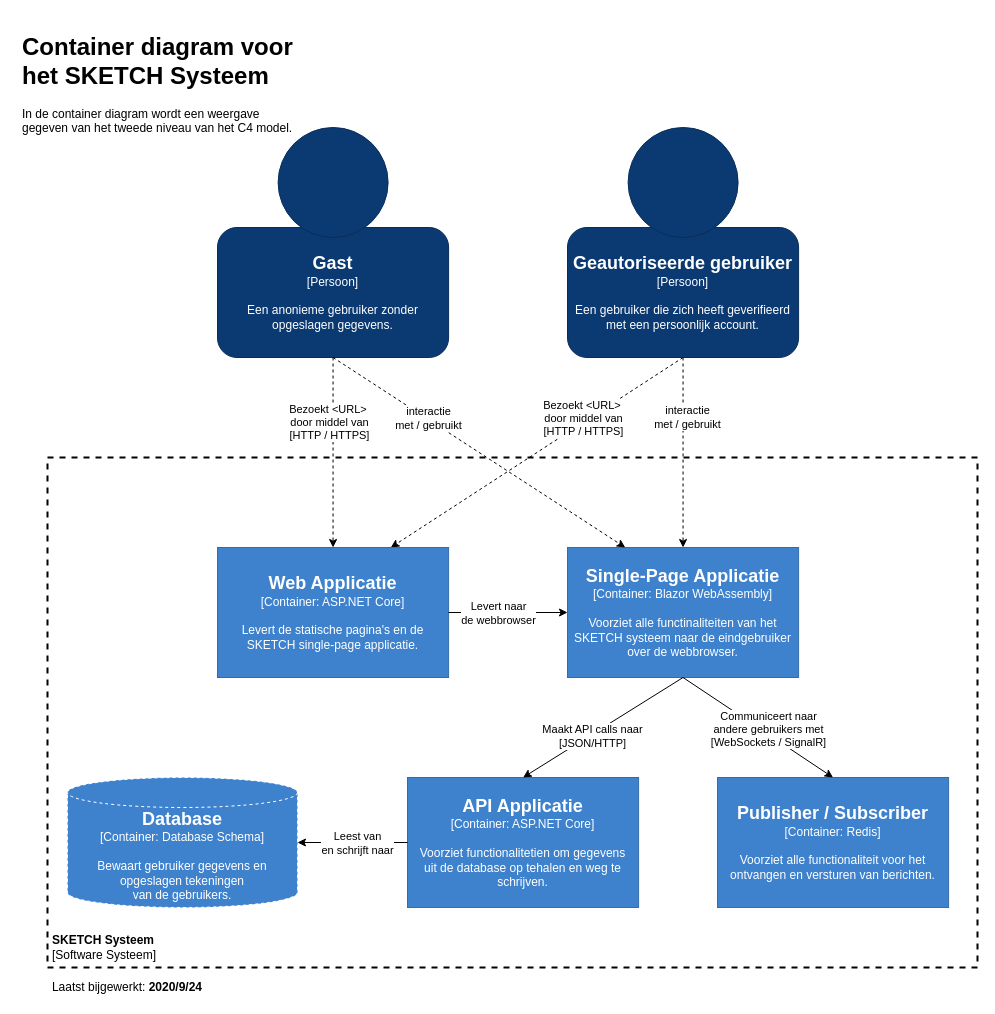
The draw.io diagram docs/01. Diagrams/C4 Models/2. Containers/Container Diagram - SKETCH System.drawio in i442124/Sketch, before the edit. Source tidied: cells renumbered, new cells numbered last; positions are measured from the earlier drawing's top-left corner, leaving out a move shared by most shapes. Both pictures are drawn from the tidied source at 100%, with x=0, y=0 at pixel (17, 27).
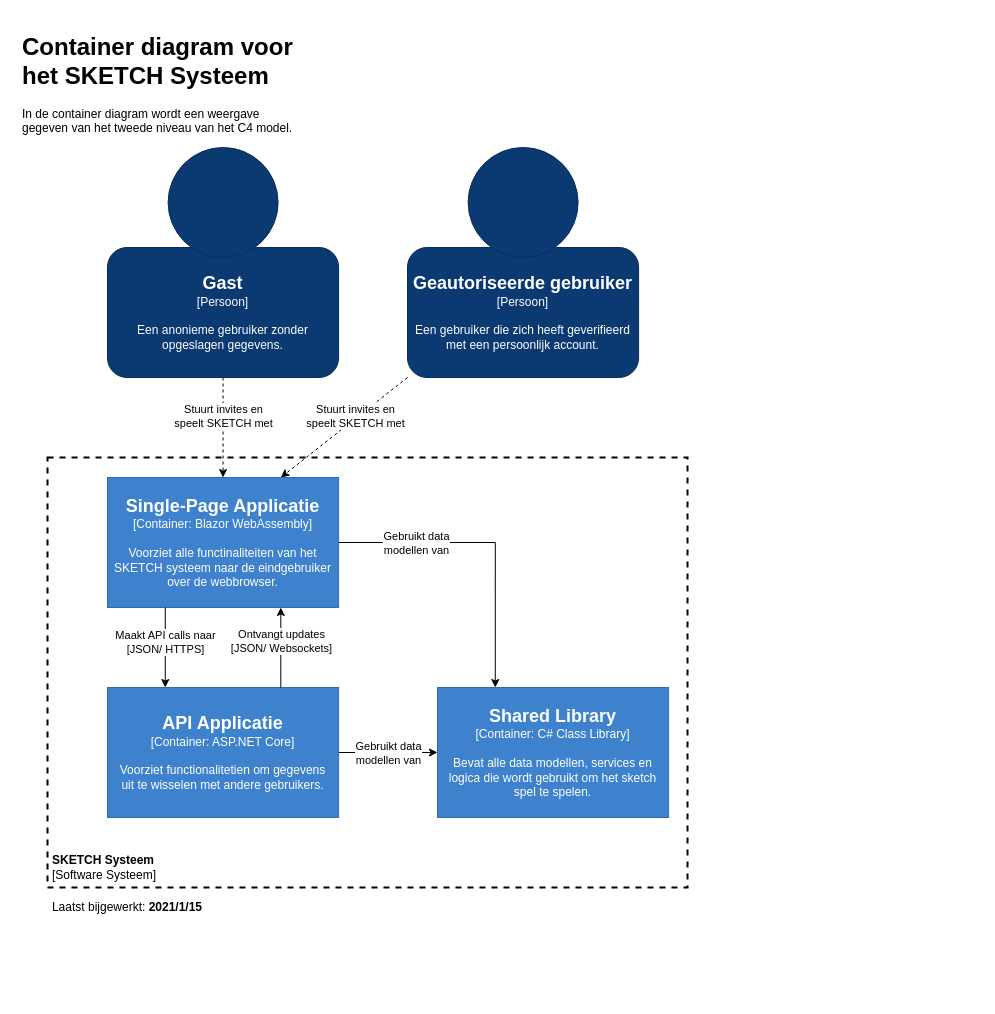
Above is the later version.

Change to the diagram source:
```diff
@@
     <mxCell id="2" value="&lt;div&gt;&lt;font style=&quot;font-size: 12px&quot;&gt;&lt;b&gt;SKETCH Systeem&lt;/b&gt;&lt;/font&gt;&lt;/div&gt;&lt;font style=&quot;font-size: 12px&quot;&gt;[Software Systeem]&lt;/font&gt;" style="text;html=1;fillColor=none;spacing=5;spacingTop=-20;whiteSpace=wrap;overflow=hidden;rounded=0;dashed=1;verticalAlign=bottom;strokeColor=#000000;strokeWidth=2;" parent="1" vertex="1">
-      <mxGeometry x="30" y="430" width="930" height="510" as="geometry" />
+      <mxGeometry x="30" y="430" width="640" height="430" as="geometry" />
     </mxCell>
-    <mxCell id="3" style="endArrow=classic;html=1;entryX=0.75;entryY=0;entryDx=0;entryDy=0;exitX=0.5;exitY=1;exitDx=0;exitDy=0;dashed=1;fontStyle=1;" parent="1" edge="1" source="7" target="11">
-      <mxGeometry relative="1" as="geometry" />
-    </mxCell>
-    <mxCell id="4" value="&lt;div&gt;Bezoekt &amp;lt;URL&amp;gt;&amp;nbsp; &lt;br&gt;&lt;/div&gt;&lt;div&gt;door middel van&lt;br&gt;&lt;/div&gt;&lt;div&gt;[HTTP / HTTPS]&lt;br&gt;&lt;/div&gt;" style="edgeLabel;html=1;align=center;verticalAlign=middle;" parent="3" vertex="1">
-      <mxGeometry x="-0.33" y="-4" relative="1" as="geometry" />
-    </mxCell>
+    <mxCell id="28" style="edgeStyle=orthogonalEdgeStyle;rounded=0;jettySize=auto;html=1;exitX=0.5;exitY=1;exitDx=0;exitDy=0;entryX=0.5;entryY=0;entryDx=0;entryDy=0;dashed=1;" parent="1" edge="1" source="5" target="12">
+      <mxGeometry relative="1" as="geometry" />
+    </mxCell>
+    <mxCell id="30" value="&lt;div&gt;Stuurt invites en &lt;br&gt;&lt;/div&gt;&lt;div&gt;speelt SKETCH met&lt;/div&gt;" style="edgeLabel;html=1;align=center;verticalAlign=middle;" parent="28" vertex="1">
+      <mxGeometry x="-0.24" relative="1" as="geometry" />
+    </mxCell>
     <mxCell id="5" value="&lt;div&gt;&lt;font size=&quot;1&quot;&gt;&lt;b&gt;&lt;font style=&quot;font-size: 18px&quot; color=&quot;#FFFFFF&quot;&gt;Gast&lt;/font&gt;&lt;/b&gt;&lt;/font&gt;&lt;/div&gt;&lt;div&gt;&lt;font color=&quot;#FFFFFF&quot;&gt;[Persoon]&lt;br&gt;&lt;/font&gt;&lt;/div&gt;&lt;div&gt;&lt;font color=&quot;#FFFFFF&quot;&gt;&lt;br&gt;&lt;/font&gt;&lt;/div&gt;&lt;div&gt;&lt;font color=&quot;#FFFFFF&quot;&gt;Een anonieme gebruiker zonder opgeslagen gegevens.&lt;br&gt;&lt;/font&gt;&lt;/div&gt;" style="rounded=1;whiteSpace=wrap;html=1;fillColor=#0B3A72;strokeColor=#092D59;" parent="1" vertex="1">
-      <mxGeometry x="200" y="200" width="231.1" height="130" as="geometry" />
+      <mxGeometry x="90" y="220" width="231.1" height="130" as="geometry" />
     </mxCell>
     <mxCell id="6" style="ellipse;whiteSpace=wrap;html=1;fillColor=#0B3A72;strokeColor=#092D59;" parent="1" vertex="1">
-      <mxGeometry x="260.6" y="100" width="110" height="110" as="geometry" />
+      <mxGeometry x="150.6" y="120" width="110" height="110" as="geometry" />
     </mxCell>
-    <mxCell id="7" value="&lt;div&gt;&lt;font size=&quot;1&quot;&gt;&lt;b&gt;&lt;font style=&quot;font-size: 18px&quot; color=&quot;#FFFFFF&quot;&gt;Geautoriseerde gebruiker&lt;br&gt;&lt;/font&gt;&lt;/b&gt;&lt;/font&gt;&lt;/div&gt;&lt;div&gt;&lt;font color=&quot;#FFFFFF&quot;&gt;[Persoon]&lt;br&gt;&lt;/font&gt;&lt;/div&gt;&lt;div&gt;&lt;font color=&quot;#FFFFFF&quot;&gt;&lt;br&gt;&lt;/font&gt;&lt;/div&gt;&lt;div&gt;&lt;font color=&quot;#FFFFFF&quot;&gt;Een gebruiker die zich heeft geverifieerd met een persoonlijk account.&lt;br&gt;&lt;/font&gt;&lt;/div&gt;" style="rounded=1;whiteSpace=wrap;html=1;fillColor=#0B3A72;strokeColor=#092D59;" parent="1" vertex="1">
-      <mxGeometry x="550" y="200" width="231.1" height="130" as="geometry" />
-    </mxCell>
-    <mxCell id="8" style="ellipse;whiteSpace=wrap;html=1;fillColor=#0B3A72;strokeColor=#092D59;" parent="1" vertex="1">
-      <mxGeometry x="610.6" y="100" width="110" height="110" as="geometry" />
-    </mxCell>
@@
-    <mxCell id="10" value="Laatst bijgewerkt: &lt;b&gt;2020/9/24&lt;/b&gt;" style="text;html=1;strokeColor=none;fillColor=none;align=center;verticalAlign=middle;whiteSpace=wrap;rounded=0;" parent="1" vertex="1">
-      <mxGeometry x="30" y="950" width="160" height="20" as="geometry" />
+    <mxCell id="10" value="Laatst bijgewerkt: &lt;b&gt;2021/1/15&lt;/b&gt;" style="text;html=1;strokeColor=none;fillColor=none;align=center;verticalAlign=middle;whiteSpace=wrap;rounded=0;" parent="1" vertex="1">
+      <mxGeometry x="30" y="870" width="160" height="20" as="geometry" />
     </mxCell>
-    <mxCell id="11" value="&lt;div&gt;&lt;font size=&quot;1&quot;&gt;&lt;b&gt;&lt;font style=&quot;font-size: 18px&quot; color=&quot;#FFFFFF&quot;&gt;Web Applicatie&lt;br&gt;&lt;/font&gt;&lt;/b&gt;&lt;/font&gt;&lt;/div&gt;&lt;div&gt;&lt;font color=&quot;#FFFFFF&quot;&gt;[Container: ASP.NET Core]&lt;br&gt;&lt;/font&gt;&lt;/div&gt;&lt;div&gt;&lt;font color=&quot;#FFFFFF&quot;&gt;&lt;br&gt;&lt;/font&gt;&lt;/div&gt;&lt;div&gt;&lt;font color=&quot;#FFFFFF&quot;&gt;Levert de statische pagina's en de SKETCH single-page applicatie.&lt;br&gt;&lt;/font&gt;&lt;/div&gt;" style="rounded=0;whiteSpace=wrap;html=1;fillColor=#3E82CE;strokeColor=#336CAB;" parent="1" vertex="1">
-      <mxGeometry x="200" y="520" width="231.1" height="130" as="geometry" />
-    </mxCell>
+    <mxCell id="31" style="edgeStyle=orthogonalEdgeStyle;rounded=0;jettySize=auto;html=1;exitX=1;exitY=0.5;exitDx=0;exitDy=0;entryX=0.25;entryY=0;entryDx=0;entryDy=0;" parent="1" edge="1" source="12" target="36">
+      <mxGeometry relative="1" as="geometry" />
+    </mxCell>
+    <mxCell id="32" value="&lt;div&gt;Gebruikt data &lt;br&gt;&lt;/div&gt;&lt;div&gt;modellen van&lt;/div&gt;" style="edgeLabel;html=1;align=center;verticalAlign=middle;" parent="31" vertex="1">
+      <mxGeometry x="-0.42" y="2" relative="1" as="geometry">
+        <mxPoint x="-9.7" y="2" as="offset" />
+      </mxGeometry>
+    </mxCell>
     <mxCell id="12" value="&lt;div&gt;&lt;font size=&quot;1&quot;&gt;&lt;b&gt;&lt;font style=&quot;font-size: 18px&quot; color=&quot;#FFFFFF&quot;&gt;Single-Page Applicatie&lt;br&gt;&lt;/font&gt;&lt;/b&gt;&lt;/font&gt;&lt;/div&gt;&lt;div&gt;&lt;font color=&quot;#FFFFFF&quot;&gt;[Container: Blazor WebAssembly]&lt;br&gt;&lt;/font&gt;&lt;/div&gt;&lt;div&gt;&lt;font color=&quot;#FFFFFF&quot;&gt;&lt;br&gt;&lt;/font&gt;&lt;/div&gt;&lt;div&gt;&lt;font color=&quot;#FFFFFF&quot;&gt;Voorziet alle functinaliteiten van het SKETCH systeem naar de eindgebruiker over de webbrowser.&lt;br&gt;&lt;/font&gt;&lt;/div&gt;" style="rounded=0;whiteSpace=wrap;html=1;fillColor=#3E82CE;strokeColor=#336CAB;" parent="1" vertex="1">
-      <mxGeometry x="550" y="520" width="231.1" height="130" as="geometry" />
+      <mxGeometry x="90" y="450" width="231.1" height="130" as="geometry" />
     </mxCell>
-    <mxCell id="13" value="&lt;div&gt;&lt;font size=&quot;1&quot;&gt;&lt;b&gt;&lt;font style=&quot;font-size: 18px&quot; color=&quot;#FFFFFF&quot;&gt;API Applicatie&lt;br&gt;&lt;/font&gt;&lt;/b&gt;&lt;/font&gt;&lt;/div&gt;&lt;div&gt;&lt;font color=&quot;#FFFFFF&quot;&gt;[Container: ASP.NET Core]&lt;br&gt;&lt;/font&gt;&lt;/div&gt;&lt;div&gt;&lt;font color=&quot;#FFFFFF&quot;&gt;&lt;br&gt;&lt;/font&gt;&lt;/div&gt;&lt;div&gt;&lt;font color=&quot;#FFFFFF&quot;&gt;Voorziet functionalitetien om gegevens &lt;br&gt;&lt;/font&gt;&lt;/div&gt;&lt;div&gt;&lt;font color=&quot;#FFFFFF&quot;&gt;uit de database op tehalen en weg te schrijven.&lt;br&gt;&lt;/font&gt;&lt;/div&gt;" style="rounded=0;whiteSpace=wrap;html=1;fillColor=#3E82CE;strokeColor=#336CAB;" parent="1" vertex="1">
-      <mxGeometry x="390" y="750" width="231.1" height="130" as="geometry" />
-    </mxCell>
-    <mxCell id="14" value="&lt;div&gt;&lt;font size=&quot;1&quot;&gt;&lt;b&gt;&lt;font style=&quot;font-size: 18px&quot; color=&quot;#FFFFFF&quot;&gt;Publisher / Subscriber&lt;br&gt;&lt;/font&gt;&lt;/b&gt;&lt;/font&gt;&lt;/div&gt;&lt;div&gt;&lt;font color=&quot;#FFFFFF&quot;&gt;[Container: Redis]&lt;br&gt;&lt;/font&gt;&lt;/div&gt;&lt;div&gt;&lt;font color=&quot;#FFFFFF&quot;&gt;&lt;br&gt;&lt;/font&gt;&lt;/div&gt;&lt;div&gt;&lt;font color=&quot;#FFFFFF&quot;&gt;Voorziet alle functionaliteit voor het ontvangen en versturen van berichten.&lt;br&gt;&lt;/font&gt;&lt;/div&gt;" style="rounded=0;whiteSpace=wrap;html=1;fillColor=#3E82CE;strokeColor=#336CAB;" parent="1" vertex="1">
-      <mxGeometry x="700" y="750" width="231.1" height="130" as="geometry" />
-    </mxCell>
-    <mxCell id="15" value="&lt;div&gt;&lt;font size=&quot;1&quot;&gt;&lt;b&gt;&lt;font style=&quot;font-size: 18px&quot; color=&quot;#FFFFFF&quot;&gt;Database&lt;br&gt;&lt;/font&gt;&lt;/b&gt;&lt;/font&gt;&lt;/div&gt;&lt;div&gt;&lt;font color=&quot;#FFFFFF&quot;&gt;[Container: Database Schema]&lt;br&gt;&lt;/font&gt;&lt;/div&gt;&lt;div&gt;&lt;font color=&quot;#FFFFFF&quot;&gt;&lt;br&gt;&lt;/font&gt;&lt;/div&gt;&lt;div&gt;&lt;font color=&quot;#FFFFFF&quot;&gt;Bewaart gebruiker gegevens en opgeslagen tekeningen&lt;/font&gt;&lt;/div&gt;&lt;div&gt;&lt;font color=&quot;#FFFFFF&quot;&gt; van de gebruikers.&lt;br&gt;&lt;/font&gt;&lt;/div&gt;" style="shape=cylinder3;whiteSpace=wrap;html=1;boundedLbl=1;backgroundOutline=1;size=15;rounded=0;dashed=1;fillColor=#3E82CE;strokeColor=#FFFFFF;" parent="1" vertex="1">
-      <mxGeometry x="50" y="750" width="230" height="130" as="geometry" />
-    </mxCell>
-    <mxCell id="16" style="endArrow=classic;html=1;entryX=0.5;entryY=0;entryDx=0;entryDy=0;exitX=0.5;exitY=1;exitDx=0;exitDy=0;dashed=1;" parent="1" edge="1" source="5" target="11">
-      <mxGeometry relative="1" as="geometry" />
-    </mxCell>
-    <mxCell id="17" value="&lt;div&gt;Bezoekt &amp;lt;URL&amp;gt;&amp;nbsp; &lt;br&gt;&lt;/div&gt;&lt;div&gt;door middel van&lt;br&gt;&lt;/div&gt;&lt;div&gt;[HTTP / HTTPS]&lt;br&gt;&lt;/div&gt;" style="edgeLabel;html=1;align=center;verticalAlign=middle;" parent="16" vertex="1">
-      <mxGeometry x="-0.33" y="-4" relative="1" as="geometry" />
-    </mxCell>
+    <mxCell id="33" style="edgeStyle=orthogonalEdgeStyle;rounded=0;jettySize=auto;html=1;exitX=1;exitY=0.5;exitDx=0;exitDy=0;entryX=0;entryY=0.5;entryDx=0;entryDy=0;" parent="1" edge="1" source="35" target="36">
+      <mxGeometry relative="1" as="geometry">
+        <Array as="points">
+          <mxPoint x="370" y="725" />
+          <mxPoint x="370" y="725" />
+        </Array>
+      </mxGeometry>
+    </mxCell>
+    <mxCell id="34" value="&lt;div&gt;Gebruikt data &lt;br&gt;&lt;/div&gt;&lt;div&gt;modellen van&lt;/div&gt;" style="edgeLabel;html=1;align=center;verticalAlign=middle;" parent="33" vertex="1">
+      <mxGeometry x="-0.2" y="1" relative="1" as="geometry">
+        <mxPoint x="9.6" y="1" as="offset" />
+      </mxGeometry>
+    </mxCell>
+    <mxCell id="35" value="&lt;div&gt;&lt;font size=&quot;1&quot;&gt;&lt;b&gt;&lt;font style=&quot;font-size: 18px&quot; color=&quot;#FFFFFF&quot;&gt;API Applicatie&lt;br&gt;&lt;/font&gt;&lt;/b&gt;&lt;/font&gt;&lt;/div&gt;&lt;div&gt;&lt;font color=&quot;#FFFFFF&quot;&gt;[Container: ASP.NET Core]&lt;br&gt;&lt;/font&gt;&lt;/div&gt;&lt;div&gt;&lt;font color=&quot;#FFFFFF&quot;&gt;&lt;br&gt;&lt;/font&gt;&lt;/div&gt;&lt;div&gt;&lt;font color=&quot;#FFFFFF&quot;&gt;Voorziet functionalitetien om gegevens &lt;br&gt;&lt;/font&gt;&lt;/div&gt;&lt;div&gt;&lt;font color=&quot;#FFFFFF&quot;&gt;uit te wisselen met andere gebruikers.&lt;br&gt;&lt;/font&gt;&lt;/div&gt;" style="rounded=0;whiteSpace=wrap;html=1;fillColor=#3E82CE;strokeColor=#336CAB;" parent="1" vertex="1">
+      <mxGeometry x="90" y="660" width="231.1" height="130" as="geometry" />
+    </mxCell>
+    <mxCell id="36" value="&lt;div&gt;&lt;font size=&quot;1&quot;&gt;&lt;b&gt;&lt;font style=&quot;font-size: 18px&quot; color=&quot;#FFFFFF&quot;&gt;Shared Library&lt;br&gt;&lt;/font&gt;&lt;/b&gt;&lt;/font&gt;&lt;/div&gt;&lt;div&gt;&lt;font color=&quot;#FFFFFF&quot;&gt;[Container: C# Class Library]&lt;br&gt;&lt;/font&gt;&lt;/div&gt;&lt;div&gt;&lt;font color=&quot;#FFFFFF&quot;&gt;&lt;br&gt;&lt;/font&gt;&lt;/div&gt;&lt;div&gt;&lt;font color=&quot;#FFFFFF&quot;&gt;Bevat alle data modellen, services en logica die wordt gebruikt om het sketch spel te spelen.&lt;br&gt;&lt;/font&gt;&lt;/div&gt;" style="rounded=0;whiteSpace=wrap;html=1;fillColor=#3E82CE;strokeColor=#336CAB;" parent="1" vertex="1">
+      <mxGeometry x="420" y="660" width="231.1" height="130" as="geometry" />
+    </mxCell>
+    <mxCell id="37" style="endArrow=classic;html=1;exitX=0.25;exitY=1;exitDx=0;exitDy=0;entryX=0.25;entryY=0;entryDx=0;entryDy=0;" parent="1" edge="1" source="12" target="35">
+      <mxGeometry relative="1" as="geometry" />
+    </mxCell>
+    <mxCell id="38" value="&lt;div&gt;Maakt API calls naar&lt;/div&gt;&lt;div&gt;[JSON/ HTTPS]&lt;br&gt;&lt;/div&gt;" style="edgeLabel;html=1;align=center;verticalAlign=middle;" parent="37" vertex="1">
+      <mxGeometry x="-0.2" y="-2" relative="1" as="geometry">
+        <mxPoint x="2" y="2" as="offset" />
+      </mxGeometry>
+    </mxCell>
+    <mxCell id="39" style="endArrow=classic;html=1;exitX=0.75;exitY=0;exitDx=0;exitDy=0;entryX=0.75;entryY=1;entryDx=0;entryDy=0;" parent="1" edge="1" source="35" target="12">
+      <mxGeometry relative="1" as="geometry" />
+    </mxCell>
+    <mxCell id="40" value="Ontvangt updates&lt;br&gt;&lt;div&gt;[JSON/ Websockets]&lt;br&gt;&lt;/div&gt;" style="edgeLabel;html=1;align=center;verticalAlign=middle;" parent="39" vertex="1">
+      <mxGeometry x="0.24" relative="1" as="geometry">
+        <mxPoint y="3.5" as="offset" />
+      </mxGeometry>
+    </mxCell>
+    <mxCell id="7" value="&lt;div&gt;&lt;font size=&quot;1&quot;&gt;&lt;b&gt;&lt;font style=&quot;font-size: 18px&quot; color=&quot;#FFFFFF&quot;&gt;Geautoriseerde gebruiker&lt;br&gt;&lt;/font&gt;&lt;/b&gt;&lt;/font&gt;&lt;/div&gt;&lt;div&gt;&lt;font color=&quot;#FFFFFF&quot;&gt;[Persoon]&lt;br&gt;&lt;/font&gt;&lt;/div&gt;&lt;div&gt;&lt;font color=&quot;#FFFFFF&quot;&gt;&lt;br&gt;&lt;/font&gt;&lt;/div&gt;&lt;div&gt;&lt;font color=&quot;#FFFFFF&quot;&gt;Een gebruiker die zich heeft geverifieerd met een persoonlijk account.&lt;br&gt;&lt;/font&gt;&lt;/div&gt;" style="rounded=1;whiteSpace=wrap;html=1;fillColor=#0B3A72;strokeColor=#092D59;" parent="1" vertex="1">
+      <mxGeometry x="390" y="220" width="231.1" height="130" as="geometry" />
+    </mxCell>
+    <mxCell id="41" style="ellipse;whiteSpace=wrap;html=1;fillColor=#0B3A72;strokeColor=#092D59;" parent="1" vertex="1">
+      <mxGeometry x="450.6" y="120" width="110" height="110" as="geometry" />
+    </mxCell>
-    <mxCell id="18" style="endArrow=classic;html=1;exitX=0.5;exitY=1;exitDx=0;exitDy=0;dashed=1;entryX=0.5;entryY=0;entryDx=0;entryDy=0;" parent="1" edge="1" source="7" target="12">
+    <mxCell id="18" style="endArrow=classic;html=1;dashed=1;entryX=0.75;entryY=0;entryDx=0;entryDy=0;exitX=0;exitY=1;exitDx=0;exitDy=0;" parent="1" edge="1" source="7" target="12">
       <mxGeometry relative="1" as="geometry" />
     </mxCell>
-    <mxCell id="19" value="&lt;div&gt;interactie &lt;br&gt;&lt;/div&gt;&lt;div&gt;met / gebruikt&lt;br&gt;&lt;/div&gt;" style="edgeLabel;html=1;align=center;verticalAlign=middle;" parent="18" vertex="1">
-      <mxGeometry x="-0.22" y="-1" relative="1" as="geometry">
-        <mxPoint x="5.4" y="-14.5" as="offset" />
-      </mxGeometry>
-    </mxCell>
-    <mxCell id="20" style="endArrow=classic;html=1;exitX=1;exitY=0.5;exitDx=0;exitDy=0;entryX=0;entryY=0.5;entryDx=0;entryDy=0;" parent="1" edge="1" source="11" target="12">
-      <mxGeometry relative="1" as="geometry" />
-    </mxCell>
-    <mxCell id="21" value="&lt;div&gt;Levert naar &lt;br&gt;&lt;/div&gt;&lt;div&gt;de webbrowser&lt;/div&gt;" style="edgeLabel;html=1;align=center;verticalAlign=middle;" parent="20" vertex="1">
-      <mxGeometry x="-0.4" y="3" relative="1" as="geometry">
-        <mxPoint x="13" y="3" as="offset" />
-      </mxGeometry>
-    </mxCell>
-    <mxCell id="22" style="endArrow=classic;html=1;entryX=0.5;entryY=0;entryDx=0;entryDy=0;exitX=0.5;exitY=1;exitDx=0;exitDy=0;" parent="1" edge="1" source="12" target="13">
-      <mxGeometry relative="1" as="geometry" />
-    </mxCell>
-    <mxCell id="23" value="&lt;div&gt;Maakt API calls naar&lt;br&gt;&lt;/div&gt;&lt;div&gt;[JSON/HTTP]&lt;br&gt;&lt;/div&gt;" style="edgeLabel;html=1;align=center;verticalAlign=middle;" parent="22" vertex="1">
-      <mxGeometry x="0.14" y="2" relative="1" as="geometry">
-        <mxPoint x="-1" as="offset" />
-      </mxGeometry>
-    </mxCell>
-    <mxCell id="24" style="endArrow=classic;html=1;exitX=0.5;exitY=1;exitDx=0;exitDy=0;entryX=0.5;entryY=0;entryDx=0;entryDy=0;" parent="1" edge="1" source="12" target="14">
-      <mxGeometry relative="1" as="geometry" />
-    </mxCell>
-    <mxCell id="25" value="&lt;div&gt;Communiceert naar &lt;br&gt;&lt;/div&gt;&lt;div&gt;andere gebruikers met&lt;/div&gt;&lt;div&gt;[WebSockets / SignalR]&lt;br&gt;&lt;/div&gt;" style="edgeLabel;html=1;align=center;verticalAlign=middle;" parent="24" vertex="1">
-      <mxGeometry x="-0.16" y="-1" relative="1" as="geometry">
-        <mxPoint x="21.9" y="8.6" as="offset" />
-      </mxGeometry>
-    </mxCell>
-    <mxCell id="26" style="endArrow=classic;html=1;entryX=1;entryY=0.5;entryDx=0;entryDy=0;entryPerimeter=0;exitX=0;exitY=0.5;exitDx=0;exitDy=0;" parent="1" edge="1" source="13" target="15">
-      <mxGeometry relative="1" as="geometry" />
-    </mxCell>
-    <mxCell id="27" value="&lt;div&gt;Leest van &lt;br&gt;&lt;/div&gt;&lt;div&gt;en schrijft naar&lt;/div&gt;" style="edgeLabel;html=1;align=center;verticalAlign=middle;" parent="26" vertex="1">
-      <mxGeometry x="-0.31" relative="1" as="geometry">
-        <mxPoint x="-12.3" as="offset" />
-      </mxGeometry>
-    </mxCell>
-    <mxCell id="28" style="endArrow=classic;html=1;entryX=0.25;entryY=0;entryDx=0;entryDy=0;exitX=0.5;exitY=1;exitDx=0;exitDy=0;dashed=1;" parent="1" edge="1" source="5" target="12">
-      <mxGeometry relative="1" as="geometry" />
-    </mxCell>
-    <mxCell id="29" value="&lt;div&gt;interactie &lt;br&gt;&lt;/div&gt;&lt;div&gt;met / gebruikt&lt;br&gt;&lt;/div&gt;" style="edgeLabel;html=1;align=center;verticalAlign=middle;labelBackgroundColor=#ffffff;" parent="28" vertex="1">
-      <mxGeometry x="-0.33" y="-4" relative="1" as="geometry">
-        <mxPoint x="-1.1" y="-6.9" as="offset" />
-      </mxGeometry>
-    </mxCell>
+    <mxCell id="42" value="&lt;div&gt;Stuurt invites en &lt;br&gt;&lt;/div&gt;&lt;div&gt;speelt SKETCH met&lt;/div&gt;" style="edgeLabel;html=1;align=center;verticalAlign=middle;" parent="18" vertex="1">
+      <mxGeometry x="-0.19" y="-2" relative="1" as="geometry" />
+    </mxCell>
```
